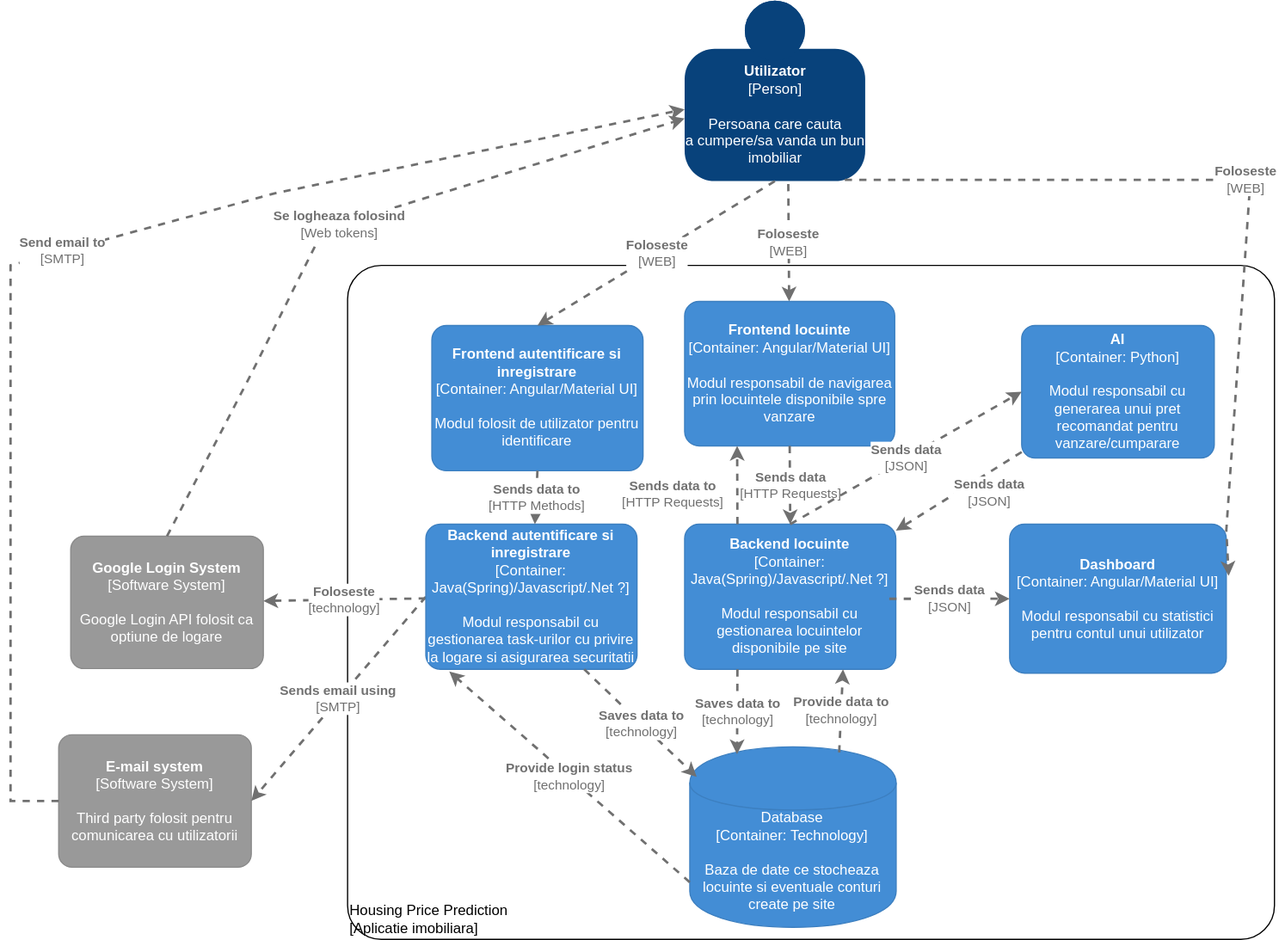
Earlier version of the draw.io export C4-team/nivel2.svg (MirceaSofrone/IPproiect-DeployFront). Source tidied: cells renumbered, new cells last; positions are measured from the earlier drawing's top-left corner, leaving out a move shared by most shapes.
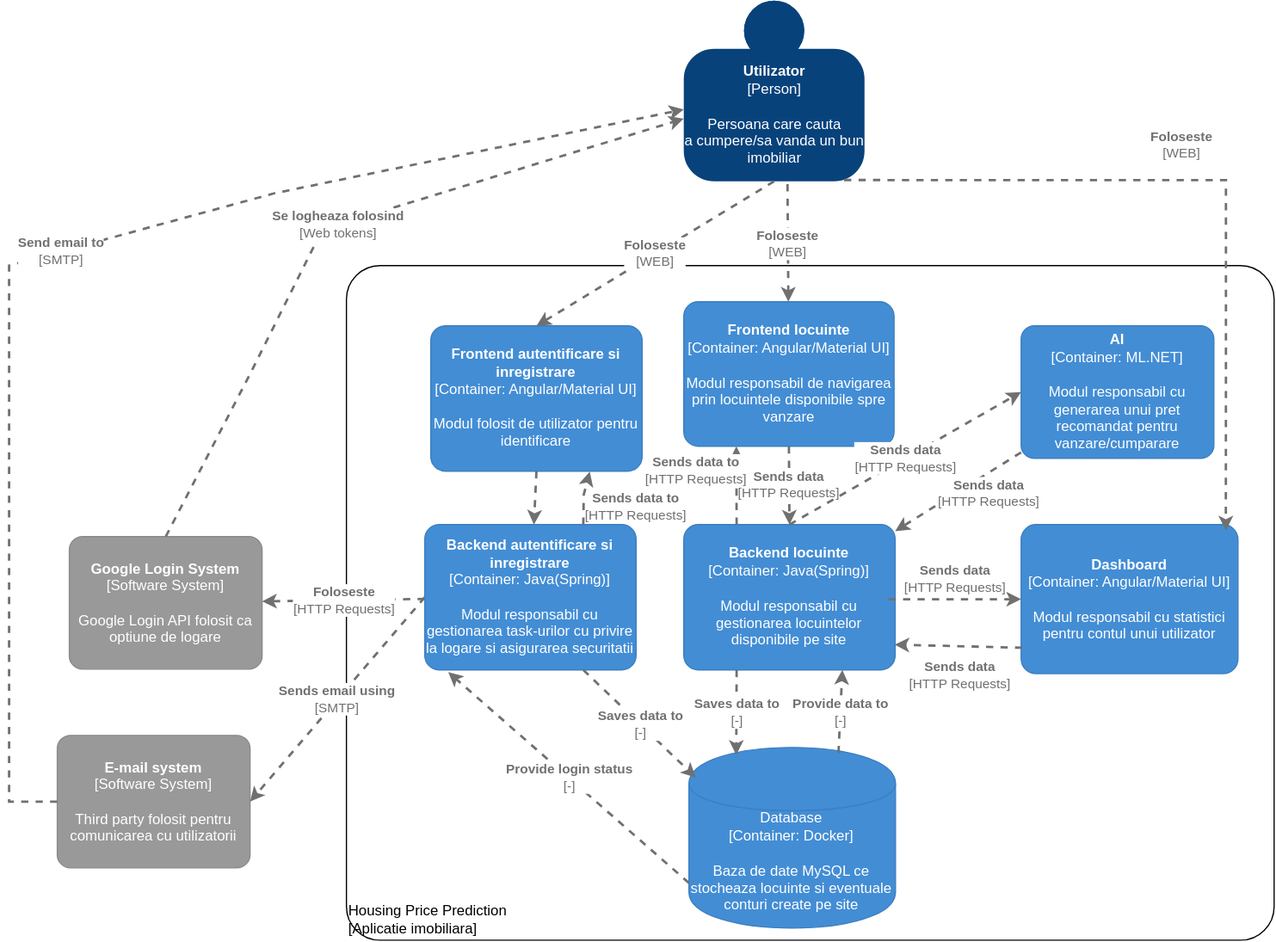
The same file after the commit.

Change to the diagram source:
```diff
@@ -53,7 +53,7 @@
         </mxGeometry>
       </mxCell>
     </object>
-    <object id="10" label="&lt;div style=&quot;text-align: left&quot;&gt;&lt;div style=&quot;text-align: center&quot;&gt;&lt;b&gt;%c4Description%&lt;/b&gt;&lt;/div&gt;&lt;div style=&quot;text-align: center&quot;&gt;[%c4Technology%]&lt;/div&gt;&lt;/div&gt;" c4Description="Foloseste" c4Technology="technology" c4Type="Relationship" placeholders="1">
+    <object id="10" label="&lt;div style=&quot;text-align: left&quot;&gt;&lt;div style=&quot;text-align: center&quot;&gt;&lt;b&gt;%c4Description%&lt;/b&gt;&lt;/div&gt;&lt;div style=&quot;text-align: center&quot;&gt;[%c4Technology%]&lt;/div&gt;&lt;/div&gt;" c4Description="Foloseste" c4Technology="HTTP Requests" c4Type="Relationship" placeholders="1">
       <mxCell style="edgeStyle=none;rounded=0;html=1;jettySize=auto;strokeColor=#707070;strokeWidth=2;fontColor=#707070;jumpStyle=none;dashed=1;metaData={&quot;c4Type&quot;:{&quot;editable&quot;:false}};" parent="1" edge="1" source="13" target="8">
         <mxGeometry relative="1" as="geometry" />
       </mxCell>
@@ -68,34 +68,34 @@
         <mxGeometry x="560" y="250" width="174.5" height="120" as="geometry" />
       </mxCell>
     </object>
-    <object id="13" label="&lt;b&gt;%c4Name%&lt;/b&gt;&lt;div&gt;[%c4Type%: %c4Technology%]&lt;/div&gt;&lt;br&gt;&lt;div&gt;%c4Description%&lt;/div&gt;" c4Description="Modul responsabil cu gestionarea task-urilor cu privire la logare si asigurarea securitatii" c4Name="Backend autentificare si inregistrare" c4Technology="Java(Spring)/Javascript/.Net ?" c4Type="Container" placeholders="1">
+    <object id="13" label="&lt;b&gt;%c4Name%&lt;/b&gt;&lt;div&gt;[%c4Type%: %c4Technology%]&lt;/div&gt;&lt;br&gt;&lt;div&gt;%c4Description%&lt;/div&gt;" c4Description="Modul responsabil cu gestionarea task-urilor cu privire la logare si asigurarea securitatii" c4Name="Backend autentificare si inregistrare" c4Technology="Java(Spring)" c4Type="Container" placeholders="1">
       <mxCell style="rounded=1;whiteSpace=wrap;html=1;labelBackgroundColor=none;fillColor=#438DD5;fontColor=#ffffff;align=center;arcSize=10;strokeColor=#3C7FC0;metaData={&quot;c4Type&quot;:{&quot;editable&quot;:false}};points=[[0.25,0,0],[0.5,0,0],[0.75,0,0],[1,0.25,0],[1,0.5,0],[1,0.75,0],[0.75,1,0],[0.5,1,0],[0.25,1,0],[0,0.75,0],[0,0.5,0],[0,0.25,0]];" parent="1" vertex="1">
         <mxGeometry x="345" y="435" width="175.4" height="120.6" as="geometry" />
       </mxCell>
     </object>
-    <object id="14" label="&lt;b&gt;%c4Name%&lt;/b&gt;&lt;div&gt;[%c4Type%: %c4Technology%]&lt;/div&gt;&lt;br&gt;&lt;div&gt;%c4Description%&lt;/div&gt;" c4Description="Modul responsabil cu gestionarea locuintelor disponibile pe site" c4Name="Backend locuinte" c4Technology="Java(Spring)/Javascript/.Net ?" c4Type="Container" placeholders="1">
+    <object id="14" label="&lt;b&gt;%c4Name%&lt;/b&gt;&lt;div&gt;[%c4Type%: %c4Technology%]&lt;/div&gt;&lt;br&gt;&lt;div&gt;%c4Description%&lt;/div&gt;" c4Description="Modul responsabil cu gestionarea locuintelor disponibile pe site" c4Name="Backend locuinte" c4Technology="Java(Spring)" c4Type="Container" placeholders="1">
       <mxCell style="rounded=1;whiteSpace=wrap;html=1;labelBackgroundColor=none;fillColor=#438DD5;fontColor=#ffffff;align=center;arcSize=10;strokeColor=#3C7FC0;metaData={&quot;c4Type&quot;:{&quot;editable&quot;:false}};points=[[0.25,0,0],[0.5,0,0],[0.75,0,0],[1,0.25,0],[1,0.5,0],[1,0.75,0],[0.75,1,0],[0.5,1,0],[0.25,1,0],[0,0.75,0],[0,0.5,0],[0,0.25,0]];" parent="1" vertex="1">
         <mxGeometry x="560" y="435" width="175.4" height="120.6" as="geometry" />
       </mxCell>
     </object>
-    <object id="15" label="%c4Type%&lt;div&gt;[Container:&amp;nbsp;%c4Technology%]&lt;/div&gt;&lt;br&gt;&lt;div&gt;%c4Description%&lt;/div&gt;" c4Description="Baza de date ce stocheaza locuinte si eventuale conturi create pe site" c4Technology="Technology" c4Type="Database" placeholders="1">
+    <object id="15" label="%c4Type%&lt;div&gt;[Container:&amp;nbsp;%c4Technology%]&lt;/div&gt;&lt;br&gt;&lt;div&gt;%c4Description%&lt;/div&gt;" c4Description="Baza de date  MySQL ce stocheaza locuinte si eventuale conturi create pe site" c4Technology="Docker" c4Type="Database" placeholders="1">
       <mxCell style="shape=cylinder;whiteSpace=wrap;html=1;boundedLbl=1;rounded=0;labelBackgroundColor=none;fillColor=#438DD5;fontSize=12;fontColor=#ffffff;align=center;strokeColor=#3C7FC0;points=[[0.5,0,0],[1,0.25,0],[1,0.5,0],[1,0.75,0],[0.5,1,0],[0,0.75,0],[0,0.5,0],[0,0.25,0]];metaData={&quot;c4Type&quot;:{&quot;editable&quot;:false}};" parent="1" vertex="1">
         <mxGeometry x="564.3" y="620" width="171.4" height="150" as="geometry" />
       </mxCell>
     </object>
-    <object id="16" label="&lt;b&gt;%c4Name%&lt;/b&gt;&lt;div&gt;[%c4Type%: %c4Technology%]&lt;/div&gt;&lt;br&gt;&lt;div&gt;%c4Description%&lt;/div&gt;" c4Description="Modul responsabil cu generarea unui pret recomandat pentru vanzare/cumparare" c4Name="AI" c4Technology="Python" c4Type="Container" placeholders="1">
+    <object id="16" label="&lt;b&gt;%c4Name%&lt;/b&gt;&lt;div&gt;[%c4Type%: %c4Technology%]&lt;/div&gt;&lt;br&gt;&lt;div&gt;%c4Description%&lt;/div&gt;" c4Description="Modul responsabil cu generarea unui pret recomandat pentru vanzare/cumparare" c4Name="AI" c4Technology="ML.NET" c4Type="Container" placeholders="1">
       <mxCell style="rounded=1;whiteSpace=wrap;html=1;labelBackgroundColor=none;fillColor=#438DD5;fontColor=#ffffff;align=center;arcSize=10;strokeColor=#3C7FC0;metaData={&quot;c4Type&quot;:{&quot;editable&quot;:false}};points=[[0.25,0,0],[0.5,0,0],[0.75,0,0],[1,0.25,0],[1,0.5,0],[1,0.75,0],[0.75,1,0],[0.5,1,0],[0.25,1,0],[0,0.75,0],[0,0.5,0],[0,0.25,0]];" parent="1" vertex="1">
         <mxGeometry x="840" y="270" width="160" height="110" as="geometry" />
       </mxCell>
     </object>
-    <object id="17" label="&lt;div style=&quot;text-align: left&quot;&gt;&lt;div style=&quot;text-align: center&quot;&gt;&lt;b&gt;%c4Description%&lt;/b&gt;&lt;/div&gt;&lt;div style=&quot;text-align: center&quot;&gt;[%c4Technology%]&lt;/div&gt;&lt;/div&gt;" c4Description="Sends data to" c4Technology="HTTP Methods" c4Type="Relationship" placeholders="1">
+    <object id="17" label="&lt;div style=&quot;text-align: left&quot;&gt;&lt;div style=&quot;text-align: center&quot;&gt;&lt;b&gt;%c4Description%&lt;/b&gt;&lt;/div&gt;&lt;div style=&quot;text-align: center&quot;&gt;[%c4Technology%]&lt;/div&gt;&lt;/div&gt;" c4Description="Sends data to" c4Technology="HTTP Requests" c4Type="Relationship" placeholders="1">
       <mxCell style="edgeStyle=none;rounded=0;html=1;jettySize=auto;strokeColor=#707070;strokeWidth=2;fontColor=#707070;jumpStyle=none;dashed=1;metaData={&quot;c4Type&quot;:{&quot;editable&quot;:false}};exitX=0.5;exitY=1;exitDx=0;exitDy=0;exitPerimeter=0;" parent="1" edge="1" source="11" target="13">
-        <mxGeometry relative="1" as="geometry" />
+        <mxGeometry x="0.14" y="84" relative="1" as="geometry" />
       </mxCell>
     </object>
     <object id="18" label="&lt;b&gt;%c4Name%&lt;/b&gt;&lt;div&gt;[%c4Type%: %c4Technology%]&lt;/div&gt;&lt;br&gt;&lt;div&gt;%c4Description%&lt;/div&gt;" c4Description="Modul responsabil cu statistici pentru contul unui utilizator" c4Name="Dashboard" c4Technology="Angular/Material UI" c4Type="Container" placeholders="1">
       <mxCell style="rounded=1;whiteSpace=wrap;html=1;labelBackgroundColor=none;fillColor=#438DD5;fontColor=#ffffff;align=center;arcSize=10;strokeColor=#3C7FC0;metaData={&quot;c4Type&quot;:{&quot;editable&quot;:false}};points=[[0.25,0,0],[0.5,0,0],[0.75,0,0],[1,0.25,0],[1,0.5,0],[1,0.75,0],[0.75,1,0],[0.5,1,0],[0.25,1,0],[0,0.75,0],[0,0.5,0],[0,0.25,0]];" parent="1" vertex="1">
-        <mxGeometry x="830" y="435" width="180" height="123.8" as="geometry" />
+        <mxGeometry x="840" y="435" width="180" height="123.8" as="geometry" />
       </mxCell>
     </object>
     <object id="19" label="&lt;div style=&quot;text-align: left&quot;&gt;&lt;div style=&quot;text-align: center&quot;&gt;&lt;b&gt;%c4Description%&lt;/b&gt;&lt;/div&gt;&lt;div style=&quot;text-align: center&quot;&gt;[%c4Technology%]&lt;/div&gt;&lt;/div&gt;" c4Description="Sends data" c4Technology="HTTP Requests" c4Type="Relationship" placeholders="1">
@@ -103,41 +103,41 @@
         <mxGeometry relative="1" as="geometry" />
       </mxCell>
     </object>
-    <object id="20" label="&lt;div style=&quot;text-align: left&quot;&gt;&lt;div style=&quot;text-align: center&quot;&gt;&lt;b&gt;%c4Description%&lt;/b&gt;&lt;/div&gt;&lt;div style=&quot;text-align: center&quot;&gt;[%c4Technology%]&lt;/div&gt;&lt;/div&gt;" c4Description="Sends data" c4Technology="JSON" c4Type="Relationship" placeholders="1">
+    <object id="20" label="&lt;div style=&quot;text-align: left&quot;&gt;&lt;div style=&quot;text-align: center&quot;&gt;&lt;b&gt;%c4Description%&lt;/b&gt;&lt;/div&gt;&lt;div style=&quot;text-align: center&quot;&gt;[%c4Technology%]&lt;/div&gt;&lt;/div&gt;" c4Description="Sends data" c4Technology="HTTP Requests" c4Type="Relationship" placeholders="1">
       <mxCell style="edgeStyle=none;rounded=0;html=1;jettySize=auto;strokeColor=#707070;strokeWidth=2;fontColor=#707070;jumpStyle=none;dashed=1;metaData={&quot;c4Type&quot;:{&quot;editable&quot;:false}};exitX=0.5;exitY=0;exitDx=0;exitDy=0;exitPerimeter=0;entryX=0;entryY=0.5;entryDx=0;entryDy=0;entryPerimeter=0;" parent="1" edge="1" source="14" target="16">
         <mxGeometry relative="1" as="geometry" />
       </mxCell>
     </object>
-    <object id="21" label="&lt;div style=&quot;text-align: left&quot;&gt;&lt;div style=&quot;text-align: center&quot;&gt;&lt;b&gt;%c4Description%&lt;/b&gt;&lt;/div&gt;&lt;div style=&quot;text-align: center&quot;&gt;[%c4Technology%]&lt;/div&gt;&lt;/div&gt;" c4Description="Saves data to" c4Technology="technology" c4Type="Relationship" placeholders="1">
+    <object id="21" label="&lt;div style=&quot;text-align: left&quot;&gt;&lt;div style=&quot;text-align: center&quot;&gt;&lt;b&gt;%c4Description%&lt;/b&gt;&lt;/div&gt;&lt;div style=&quot;text-align: center&quot;&gt;[%c4Technology%]&lt;/div&gt;&lt;/div&gt;" c4Description="Saves data to" c4Technology="-" c4Type="Relationship" placeholders="1">
       <mxCell style="edgeStyle=none;rounded=0;html=1;jettySize=auto;strokeColor=#707070;strokeWidth=2;fontColor=#707070;jumpStyle=none;dashed=1;metaData={&quot;c4Type&quot;:{&quot;editable&quot;:false}};exitX=0.75;exitY=1;exitDx=0;exitDy=0;exitPerimeter=0;" parent="1" edge="1" source="13">
         <mxGeometry relative="1" as="geometry">
           <mxPoint x="570" y="645" as="targetPoint" />
         </mxGeometry>
       </mxCell>
     </object>
-    <object id="22" label="&lt;div style=&quot;text-align: left&quot;&gt;&lt;div style=&quot;text-align: center&quot;&gt;&lt;b&gt;%c4Description%&lt;/b&gt;&lt;/div&gt;&lt;div style=&quot;text-align: center&quot;&gt;[%c4Technology%]&lt;/div&gt;&lt;/div&gt;" c4Description="Sends data" c4Technology="JSON" c4Type="Relationship" placeholders="1">
+    <object id="22" label="&lt;div style=&quot;text-align: left&quot;&gt;&lt;div style=&quot;text-align: center&quot;&gt;&lt;b&gt;%c4Description%&lt;/b&gt;&lt;/div&gt;&lt;div style=&quot;text-align: center&quot;&gt;[%c4Technology%]&lt;/div&gt;&lt;/div&gt;" c4Description="Sends data" c4Technology="HTTP Requests" c4Type="Relationship" placeholders="1">
       <mxCell style="edgeStyle=none;rounded=0;html=1;jettySize=auto;strokeColor=#707070;strokeWidth=2;fontColor=#707070;jumpStyle=none;dashed=1;metaData={&quot;c4Type&quot;:{&quot;editable&quot;:false}};" parent="1" edge="1" source="16" target="14">
         <mxGeometry x="-0.34" y="14" relative="1" as="geometry" />
       </mxCell>
     </object>
-    <object id="23" label="&lt;div style=&quot;text-align: left&quot;&gt;&lt;div style=&quot;text-align: center&quot;&gt;&lt;b&gt;%c4Description%&lt;/b&gt;&lt;/div&gt;&lt;div style=&quot;text-align: center&quot;&gt;[%c4Technology%]&lt;/div&gt;&lt;/div&gt;" c4Description="Sends data" c4Technology="JSON" c4Type="Relationship" placeholders="1">
+    <object id="23" label="&lt;div style=&quot;text-align: left&quot;&gt;&lt;div style=&quot;text-align: center&quot;&gt;&lt;b&gt;%c4Description%&lt;/b&gt;&lt;/div&gt;&lt;div style=&quot;text-align: center&quot;&gt;[%c4Technology%]&lt;/div&gt;&lt;/div&gt;" c4Description="Sends data" c4Technology="HTTP Requests" c4Type="Relationship" placeholders="1">
       <mxCell style="edgeStyle=none;rounded=0;html=1;jettySize=auto;strokeColor=#707070;strokeWidth=2;fontColor=#707070;jumpStyle=none;dashed=1;metaData={&quot;c4Type&quot;:{&quot;editable&quot;:false}};" parent="1" edge="1" target="18">
-        <mxGeometry relative="1" as="geometry">
+        <mxGeometry y="17" relative="1" as="geometry">
           <mxPoint x="730" y="497" as="sourcePoint" />
         </mxGeometry>
       </mxCell>
     </object>
-    <object id="24" label="&lt;div style=&quot;text-align: left&quot;&gt;&lt;div style=&quot;text-align: center&quot;&gt;&lt;b&gt;%c4Description%&lt;/b&gt;&lt;/div&gt;&lt;div style=&quot;text-align: center&quot;&gt;[%c4Technology%]&lt;/div&gt;&lt;/div&gt;" c4Description="Saves data to" c4Technology="technology" c4Type="Relationship" placeholders="1">
+    <object id="24" label="&lt;div style=&quot;text-align: left&quot;&gt;&lt;div style=&quot;text-align: center&quot;&gt;&lt;b&gt;%c4Description%&lt;/b&gt;&lt;/div&gt;&lt;div style=&quot;text-align: center&quot;&gt;[%c4Technology%]&lt;/div&gt;&lt;/div&gt;" c4Description="Saves data to" c4Technology="-" c4Type="Relationship" placeholders="1">
       <mxCell style="edgeStyle=none;rounded=0;html=1;entryX=0.229;entryY=0.041;jettySize=auto;strokeColor=#707070;strokeWidth=2;fontColor=#707070;jumpStyle=none;dashed=1;metaData={&quot;c4Type&quot;:{&quot;editable&quot;:false}};exitX=0.25;exitY=1;exitDx=0;exitDy=0;exitPerimeter=0;entryDx=0;entryDy=0;entryPerimeter=0;" parent="1" edge="1" source="14" target="15">
         <mxGeometry relative="1" as="geometry" />
       </mxCell>
     </object>
-    <object id="25" label="&lt;div style=&quot;text-align: left&quot;&gt;&lt;div style=&quot;text-align: center&quot;&gt;&lt;b&gt;%c4Description%&lt;/b&gt;&lt;/div&gt;&lt;div style=&quot;text-align: center&quot;&gt;[%c4Technology%]&lt;/div&gt;&lt;/div&gt;" c4Description="Provide data to" c4Technology="technology" c4Type="Relationship" placeholders="1">
+    <object id="25" label="&lt;div style=&quot;text-align: left&quot;&gt;&lt;div style=&quot;text-align: center&quot;&gt;&lt;b&gt;%c4Description%&lt;/b&gt;&lt;/div&gt;&lt;div style=&quot;text-align: center&quot;&gt;[%c4Technology%]&lt;/div&gt;&lt;/div&gt;" c4Description="Provide data to" c4Technology="-" c4Type="Relationship" placeholders="1">
       <mxCell style="edgeStyle=none;rounded=0;html=1;entryX=0.75;entryY=1;jettySize=auto;strokeColor=#707070;strokeWidth=2;fontColor=#707070;jumpStyle=none;dashed=1;metaData={&quot;c4Type&quot;:{&quot;editable&quot;:false}};entryDx=0;entryDy=0;entryPerimeter=0;exitX=0.724;exitY=0.031;exitDx=0;exitDy=0;exitPerimeter=0;" parent="1" edge="1" source="15" target="14">
         <mxGeometry relative="1" as="geometry" />
       </mxCell>
     </object>
-    <object id="26" label="&lt;div style=&quot;text-align: left&quot;&gt;&lt;div style=&quot;text-align: center&quot;&gt;&lt;b&gt;%c4Description%&lt;/b&gt;&lt;/div&gt;&lt;div style=&quot;text-align: center&quot;&gt;[%c4Technology%]&lt;/div&gt;&lt;/div&gt;" c4Description="Provide login status" c4Technology="technology" c4Type="Relationship" placeholders="1">
+    <object id="26" label="&lt;div style=&quot;text-align: left&quot;&gt;&lt;div style=&quot;text-align: center&quot;&gt;&lt;b&gt;%c4Description%&lt;/b&gt;&lt;/div&gt;&lt;div style=&quot;text-align: center&quot;&gt;[%c4Technology%]&lt;/div&gt;&lt;/div&gt;" c4Description="Provide login status" c4Technology="-" c4Type="Relationship" placeholders="1">
       <mxCell style="edgeStyle=none;rounded=0;html=1;jettySize=auto;strokeColor=#707070;strokeWidth=2;fontColor=#707070;jumpStyle=none;dashed=1;metaData={&quot;c4Type&quot;:{&quot;editable&quot;:false}};exitX=0;exitY=0.75;exitDx=0;exitDy=0;exitPerimeter=0;entryX=0.111;entryY=1.015;entryDx=0;entryDy=0;entryPerimeter=0;" parent="1" edge="1" source="15" target="13">
         <mxGeometry relative="1" as="geometry" />
       </mxCell>
@@ -149,18 +149,34 @@
     </object>
     <object id="28" label="&lt;div style=&quot;text-align: left&quot;&gt;&lt;div style=&quot;text-align: center&quot;&gt;&lt;b&gt;%c4Description%&lt;/b&gt;&lt;/div&gt;&lt;div style=&quot;text-align: center&quot;&gt;[%c4Technology%]&lt;/div&gt;&lt;/div&gt;" c4Description="Sends data to" c4Technology="HTTP Requests" c4Type="Relationship" placeholders="1">
       <mxCell style="edgeStyle=none;rounded=0;html=1;jettySize=auto;strokeColor=#707070;strokeWidth=2;fontColor=#707070;jumpStyle=none;dashed=1;metaData={&quot;c4Type&quot;:{&quot;editable&quot;:false}};exitX=0.25;exitY=0;exitDx=0;exitDy=0;exitPerimeter=0;entryX=0.25;entryY=1;entryDx=0;entryDy=0;entryPerimeter=0;" parent="1" edge="1" source="14" target="12">
-        <mxGeometry x="-0.23" y="54" relative="1" as="geometry" />
+        <mxGeometry x="0.39" y="34" relative="1" as="geometry" />
       </mxCell>
     </object>
     <object id="29" label="&lt;div style=&quot;text-align: left&quot;&gt;&lt;div style=&quot;text-align: center&quot;&gt;&lt;b&gt;%c4Description%&lt;/b&gt;&lt;/div&gt;&lt;div style=&quot;text-align: center&quot;&gt;[%c4Technology%]&lt;/div&gt;&lt;/div&gt;" c4Description="Foloseste" c4Technology="WEB" c4Type="Relationship" placeholders="1">
-      <mxCell style="edgeStyle=none;rounded=0;html=1;jettySize=auto;strokeColor=#707070;strokeWidth=2;fontColor=#707070;jumpStyle=none;dashed=1;metaData={&quot;c4Type&quot;:{&quot;editable&quot;:false}};exitX=0.887;exitY=0.993;exitDx=0;exitDy=0;exitPerimeter=0;entryX=1.011;entryY=0.347;entryDx=0;entryDy=0;entryPerimeter=0;" parent="1" edge="1" source="3" target="18">
-        <mxGeometry relative="1" as="geometry">
+      <mxCell style="edgeStyle=none;rounded=0;html=1;jettySize=auto;strokeColor=#707070;strokeWidth=2;fontColor=#707070;jumpStyle=none;dashed=1;metaData={&quot;c4Type&quot;:{&quot;editable&quot;:false}};exitX=0.887;exitY=0.993;exitDx=0;exitDy=0;exitPerimeter=0;entryX=0.944;entryY=0.04;entryDx=0;entryDy=0;entryPerimeter=0;" parent="1" edge="1" source="3" target="18">
+        <mxGeometry x="-0.08" y="29" relative="1" as="geometry">
           <Array as="points">
-            <mxPoint x="1030" y="149" />
-            <mxPoint x="1010" y="440" />
+            <mxPoint x="1010" y="149" />
+            <mxPoint x="1010" y="300" />
           </Array>
         </mxGeometry>
       </mxCell>
     </object>
+    <object id="30" label="&lt;div style=&quot;text-align: left&quot;&gt;&lt;div style=&quot;text-align: center&quot;&gt;&lt;b&gt;%c4Description%&lt;/b&gt;&lt;/div&gt;&lt;div style=&quot;text-align: center&quot;&gt;[%c4Technology%]&lt;/div&gt;&lt;/div&gt;" c4Description="Sends data to" c4Technology="HTTP Requests" c4Type="Relationship" placeholders="1">
+      <mxCell style="edgeStyle=none;rounded=0;html=1;jettySize=auto;strokeColor=#707070;strokeWidth=2;fontColor=#707070;jumpStyle=none;dashed=1;metaData={&quot;c4Type&quot;:{&quot;editable&quot;:false}};exitX=0.75;exitY=0;exitDx=0;exitDy=0;exitPerimeter=0;" parent="1" edge="1" source="13">
+        <mxGeometry y="71" relative="1" as="geometry">
+          <mxPoint x="482" y="391" as="targetPoint" />
+          <Array as="points">
+            <mxPoint x="477" y="410" />
+          </Array>
+          <mxPoint x="-67" y="-25" as="offset" />
+        </mxGeometry>
+      </mxCell>
+    </object>
+    <object id="31" label="&lt;div style=&quot;text-align: left&quot;&gt;&lt;div style=&quot;text-align: center&quot;&gt;&lt;b&gt;%c4Description%&lt;/b&gt;&lt;/div&gt;&lt;div style=&quot;text-align: center&quot;&gt;[%c4Technology%]&lt;/div&gt;&lt;/div&gt;" c4Description="Sends data" c4Technology="HTTP Requests" c4Type="Relationship" placeholders="1">
+      <mxCell style="edgeStyle=none;rounded=0;html=1;jettySize=auto;strokeColor=#707070;strokeWidth=2;fontColor=#707070;jumpStyle=none;dashed=1;metaData={&quot;c4Type&quot;:{&quot;editable&quot;:false}};exitX=0.005;exitY=0.826;exitDx=0;exitDy=0;exitPerimeter=0;entryX=0.997;entryY=0.826;entryDx=0;entryDy=0;entryPerimeter=0;" parent="1" edge="1" source="18" target="14">
+        <mxGeometry x="-0.04" y="24" relative="1" as="geometry" />
+      </mxCell>
+    </object>
   </root>
 </mxGraphModel>
```
